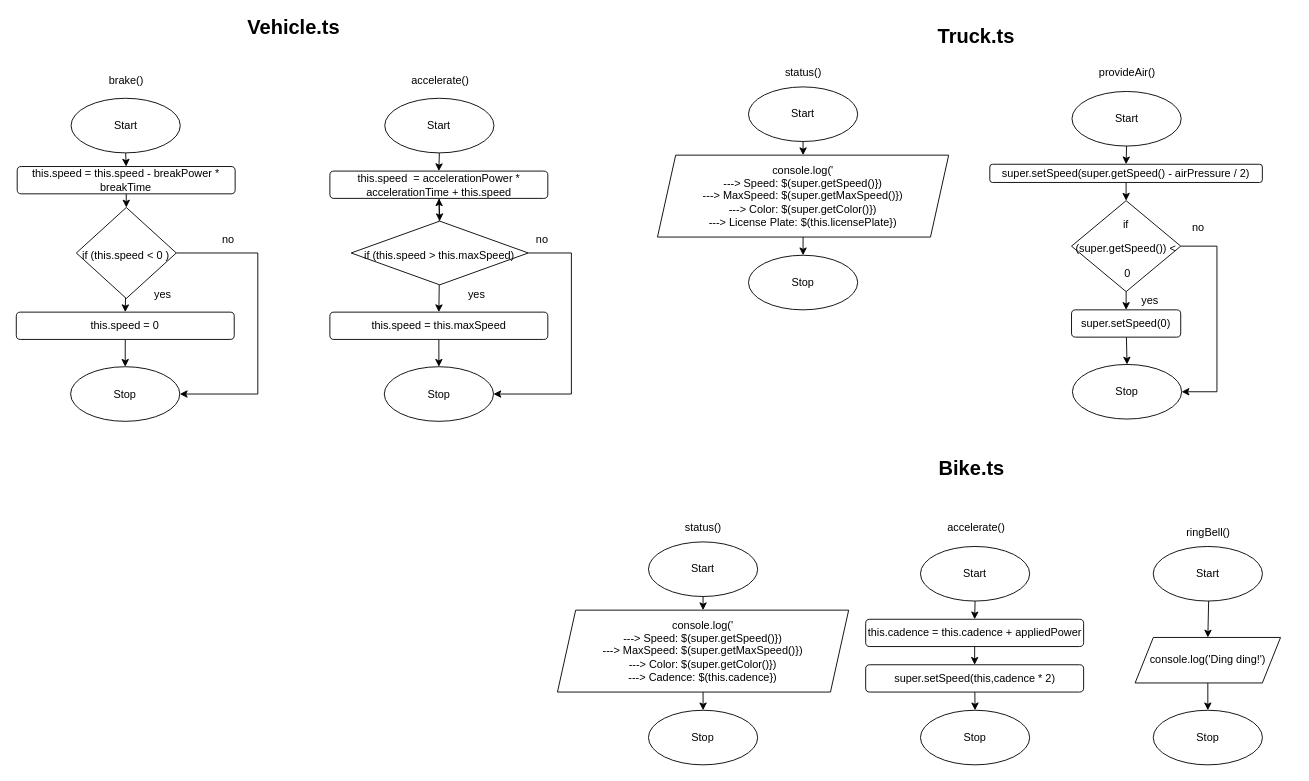
Earlier version of the draw.io diagram Drawio/Flowchart1.drawio (JacksonNaufal/ics4u-unit2-09-typescript). Source tidied: cells renumbered, new cells numbered last; positions are measured from the earlier drawing's top-left corner, leaving out a move shared by most shapes. Both pictures are drawn from the tidied source at 91%, with x=0, y=0 at pixel (15, 18).
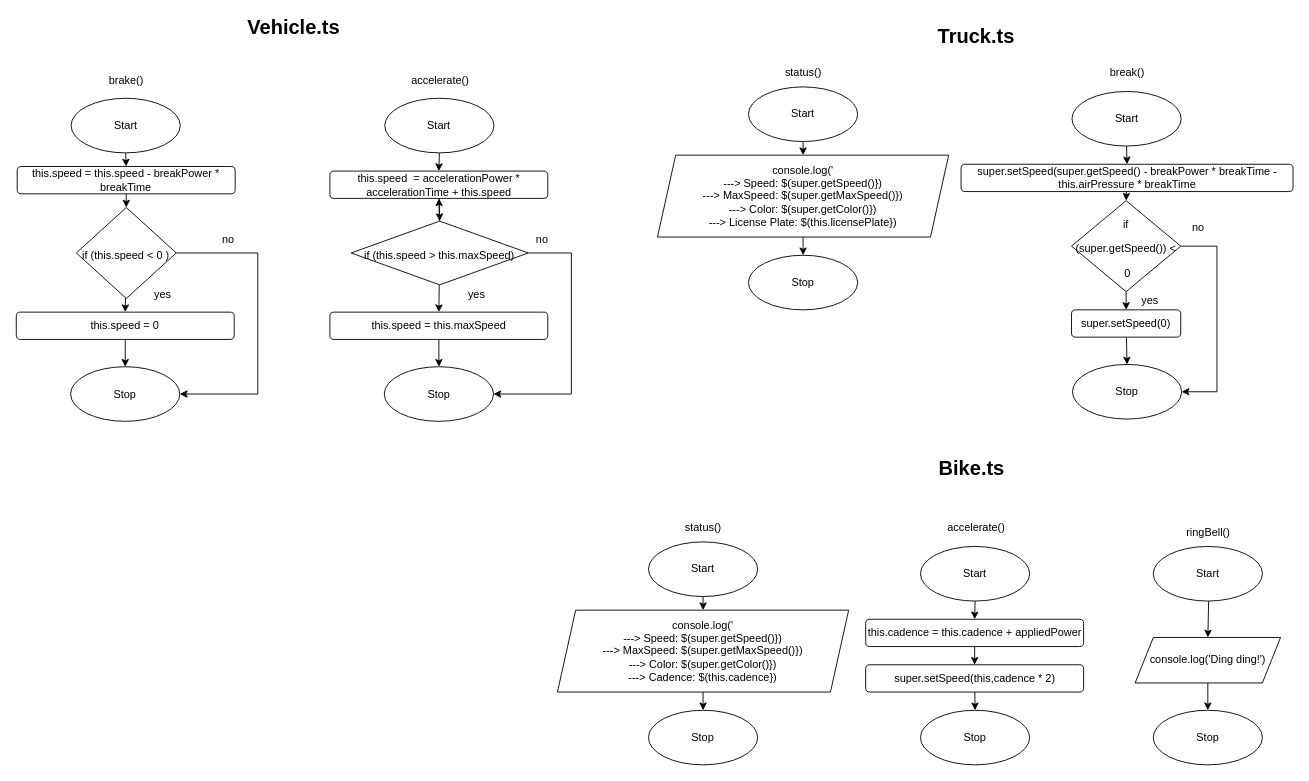
After the change.

Diff of the diagram source:
```diff
@@
-    <mxCell id="27" value="provideAir()" style="text;html=1;align=center;verticalAlign=middle;strokeColor=none;fillColor=none;" parent="1" vertex="1">
-      <mxGeometry x="1181" y="50" width="80" height="20" as="geometry" />
+    <mxCell id="27" value="break()" style="text;html=1;align=center;verticalAlign=middle;strokeColor=none;fillColor=none;" parent="1" vertex="1">
+      <mxGeometry x="1196" y="50" width="50" height="20" as="geometry" />
     </mxCell>
@@
-    <mxCell id="29" value="super.setSpeed(super.getSpeed() - airPressure / 2)" style="rounded=1;whiteSpace=wrap;html=1;" parent="1" vertex="1">
-      <mxGeometry x="1070.2" y="160" width="299.5" height="20" as="geometry" />
+    <mxCell id="29" value="super.setSpeed(super.getSpeed() - breakPower * breakTime - this.airPressure * breakTime" style="rounded=1;whiteSpace=wrap;html=1;" parent="1" vertex="1">
+      <mxGeometry x="1038.6" y="160" width="364.8" height="30" as="geometry" />
     </mxCell>
```
